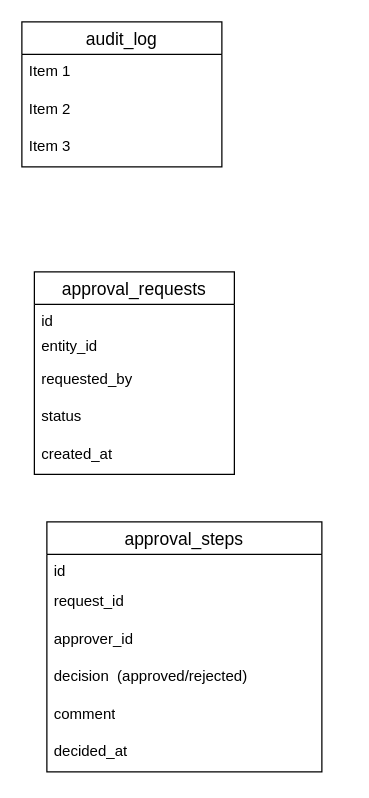
Above: Untitled Diagram.drawio in lozinj/DB-Schema (draw.io), before the change. Source tidied: cells renumbered, new cells numbered last; positions are measured from the earlier drawing's top-left corner, leaving out a move shared by most shapes. Both pictures are drawn from the tidied source at 125%, with x=0, y=0 at pixel (21, 21).
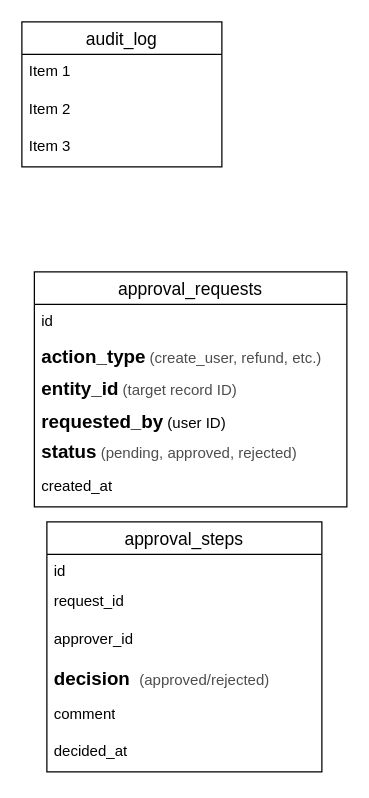
The same diagram, later.

What changed in the source:
```diff
@@
 <mxGraphModel>
   <root>
     <mxCell id="0" />
     <mxCell id="1" parent="0" />
     <mxCell id="2" value="audit_log" style="swimlane;fontStyle=0;horizontal=1;startSize=26;align=center;fontSize=14;" parent="1" vertex="1">
       <mxGeometry width="160" height="116" as="geometry" />
     </mxCell>
     <mxCell id="3" value="Item 1" style="text;strokeColor=none;fillColor=none;spacingLeft=4;spacingRight=4;overflow=hidden;fontSize=12;whiteSpace=wrap;html=1;" parent="2" vertex="1">
       <mxGeometry y="26" width="160" height="30" as="geometry" />
     </mxCell>
     <mxCell id="4" value="Item 2" style="text;strokeColor=none;fillColor=none;spacingLeft=4;spacingRight=4;overflow=hidden;fontSize=12;whiteSpace=wrap;html=1;" parent="2" vertex="1">
       <mxGeometry y="56" width="160" height="30" as="geometry" />
     </mxCell>
     <mxCell id="5" value="Item 3" style="text;strokeColor=none;fillColor=none;spacingLeft=4;spacingRight=4;overflow=hidden;fontSize=12;whiteSpace=wrap;html=1;" parent="2" vertex="1">
       <mxGeometry y="86" width="160" height="30" as="geometry" />
     </mxCell>
     <mxCell id="6" value="approval_requests" style="swimlane;fontStyle=0;horizontal=1;startSize=26;align=center;fontSize=14;" parent="1" vertex="1">
-      <mxGeometry x="10" y="200" width="160" height="162" as="geometry" />
+      <mxGeometry x="10" y="200" width="250" height="188" as="geometry" />
     </mxCell>
     <mxCell id="7" value="id" style="text;strokeColor=none;fillColor=none;spacingLeft=4;spacingRight=4;overflow=hidden;fontSize=12;whiteSpace=wrap;html=1;" parent="6" vertex="1">
-      <mxGeometry y="26" width="160" height="20" as="geometry" />
+      <mxGeometry y="26" width="250" height="26" as="geometry" />
     </mxCell>
+    <mxCell id="19" value="&lt;font style=&quot;font-size: 15px;&quot;&gt;&lt;b&gt;action_type&lt;/b&gt;&lt;/font&gt;&lt;font style=&quot;color: rgb(77, 77, 77);&quot;&gt; (create_user, refund, etc.)&lt;/font&gt;" style="text;strokeColor=none;fillColor=none;spacingLeft=4;spacingRight=4;overflow=hidden;fontSize=12;whiteSpace=wrap;html=1;" parent="6" vertex="1">
+      <mxGeometry y="52" width="250" height="26" as="geometry" />
+    </mxCell>
-    <mxCell id="8" value="entity_id" style="text;strokeColor=none;fillColor=none;spacingLeft=4;spacingRight=4;overflow=hidden;fontSize=12;whiteSpace=wrap;html=1;flipV=0;flipH=1;" parent="6" vertex="1">
-      <mxGeometry y="46" width="160" height="26" as="geometry" />
+    <mxCell id="8" value="&lt;b&gt;&lt;font style=&quot;font-size: 15px;&quot;&gt;entity_id&lt;/font&gt;&lt;/b&gt; &lt;font style=&quot;color: rgb(77, 77, 77);&quot;&gt;(target record ID)&lt;/font&gt;" style="text;strokeColor=none;fillColor=none;spacingLeft=4;spacingRight=4;overflow=hidden;fontSize=12;whiteSpace=wrap;html=1;flipV=0;flipH=1;" parent="6" vertex="1">
+      <mxGeometry y="78" width="250" height="26" as="geometry" />
     </mxCell>
-    <mxCell id="9" value="requested_by" style="text;strokeColor=none;fillColor=none;spacingLeft=4;spacingRight=4;overflow=hidden;fontSize=12;whiteSpace=wrap;html=1;flipV=0;flipH=1;" parent="6" vertex="1">
-      <mxGeometry y="72" width="160" height="30" as="geometry" />
+    <mxCell id="9" value="&lt;font style=&quot;font-size: 15px;&quot;&gt;&lt;b&gt;requested_by&lt;/b&gt;&lt;/font&gt; (user ID)" style="text;strokeColor=none;fillColor=none;spacingLeft=4;spacingRight=4;overflow=hidden;fontSize=12;whiteSpace=wrap;html=1;flipV=0;flipH=1;" parent="6" vertex="1">
+      <mxGeometry y="104" width="250" height="24" as="geometry" />
     </mxCell>
-    <mxCell id="10" value="status" style="text;strokeColor=none;fillColor=none;spacingLeft=4;spacingRight=4;overflow=hidden;fontSize=12;whiteSpace=wrap;html=1;flipV=0;flipH=1;" parent="6" vertex="1">
-      <mxGeometry y="102" width="160" height="30" as="geometry" />
+    <mxCell id="10" value="&lt;b&gt;&lt;font style=&quot;font-size: 15px;&quot;&gt;status&lt;/font&gt;&lt;/b&gt;&amp;nbsp;&lt;font style=&quot;color: rgb(77, 77, 77);&quot;&gt;(pending, approved, rejected)&lt;/font&gt;" style="text;strokeColor=none;fillColor=none;spacingLeft=4;spacingRight=4;overflow=hidden;fontSize=12;whiteSpace=wrap;html=1;flipV=0;flipH=1;" parent="6" vertex="1">
+      <mxGeometry y="128" width="250" height="30" as="geometry" />
     </mxCell>
     <mxCell id="11" value="created_at" style="text;strokeColor=none;fillColor=none;spacingLeft=4;spacingRight=4;overflow=hidden;fontSize=12;whiteSpace=wrap;html=1;flipV=0;flipH=1;" parent="6" vertex="1">
-      <mxGeometry y="132" width="160" height="30" as="geometry" />
+      <mxGeometry y="158" width="250" height="30" as="geometry" />
     </mxCell>
     <mxCell id="12" value="approval_steps" style="swimlane;fontStyle=0;horizontal=1;startSize=26;align=center;fontSize=14;" parent="1" vertex="1">
       <mxGeometry x="20" y="400" width="220" height="200" as="geometry" />
     </mxCell>
     <mxCell id="13" value="id" style="text;strokeColor=none;fillColor=none;spacingLeft=4;spacingRight=4;overflow=hidden;fontSize=12;whiteSpace=wrap;html=1;" parent="12" vertex="1">
       <mxGeometry y="26" width="220" height="24" as="geometry" />
     </mxCell>
     <mxCell id="14" value="request_id" style="text;strokeColor=none;fillColor=none;spacingLeft=4;spacingRight=4;overflow=hidden;fontSize=12;whiteSpace=wrap;html=1;" parent="12" vertex="1">
       <mxGeometry y="50" width="220" height="30" as="geometry" />
     </mxCell>
     <mxCell id="15" value="approver_id" style="text;strokeColor=none;fillColor=none;spacingLeft=4;spacingRight=4;overflow=hidden;fontSize=12;whiteSpace=wrap;html=1;" parent="12" vertex="1">
       <mxGeometry y="80" width="220" height="30" as="geometry" />
     </mxCell>
-    <mxCell id="16" value="decision&amp;nbsp; (approved/rejected)" style="text;strokeColor=none;fillColor=none;spacingLeft=4;spacingRight=4;overflow=hidden;fontSize=12;whiteSpace=wrap;html=1;" parent="12" vertex="1">
+    <mxCell id="16" value="&lt;b&gt;&lt;font style=&quot;font-size: 15px;&quot;&gt;decision&amp;nbsp;&lt;/font&gt;&lt;/b&gt; &lt;font style=&quot;color: rgb(77, 77, 77);&quot;&gt;(approved/rejected)&lt;/font&gt;" style="text;strokeColor=none;fillColor=none;spacingLeft=4;spacingRight=4;overflow=hidden;fontSize=12;whiteSpace=wrap;html=1;" parent="12" vertex="1">
       <mxGeometry y="110" width="220" height="30" as="geometry" />
     </mxCell>
     <mxCell id="17" value="comment" style="text;strokeColor=none;fillColor=none;spacingLeft=4;spacingRight=4;overflow=hidden;fontSize=12;whiteSpace=wrap;html=1;" parent="12" vertex="1">
       <mxGeometry y="140" width="220" height="30" as="geometry" />
     </mxCell>
     <mxCell id="18" value="decided_at" style="text;strokeColor=none;fillColor=none;spacingLeft=4;spacingRight=4;overflow=hidden;fontSize=12;whiteSpace=wrap;html=1;" parent="12" vertex="1">
       <mxGeometry y="170" width="220" height="30" as="geometry" />
     </mxCell>
   </root>
 </mxGraphModel>
```
